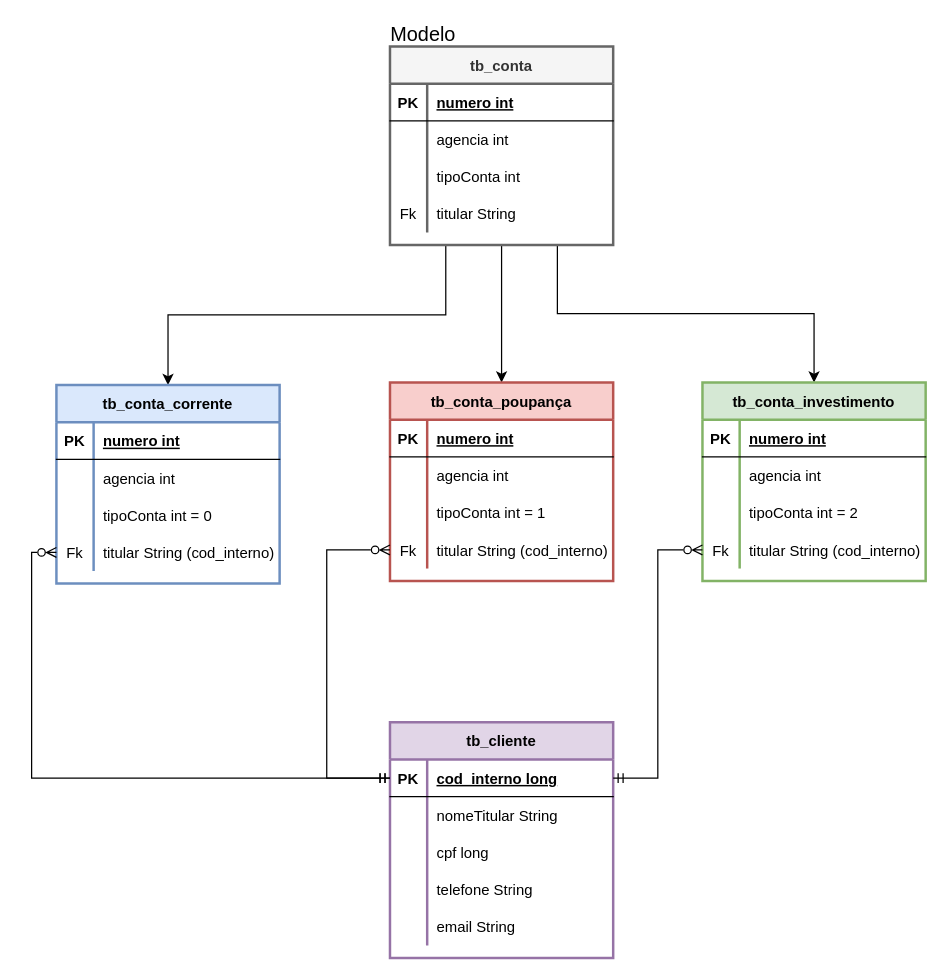
Before: Modelo do banco.drawio in enicacio/DesafioBackend_ItauTech, a draw.io diagram. Source tidied: cells renumbered, new cells numbered last; positions are measured from the earlier drawing's top-left corner, leaving out a move shared by most shapes. Both pictures are drawn from the tidied source at 124%, with x=0, y=0 at pixel (56, 21).
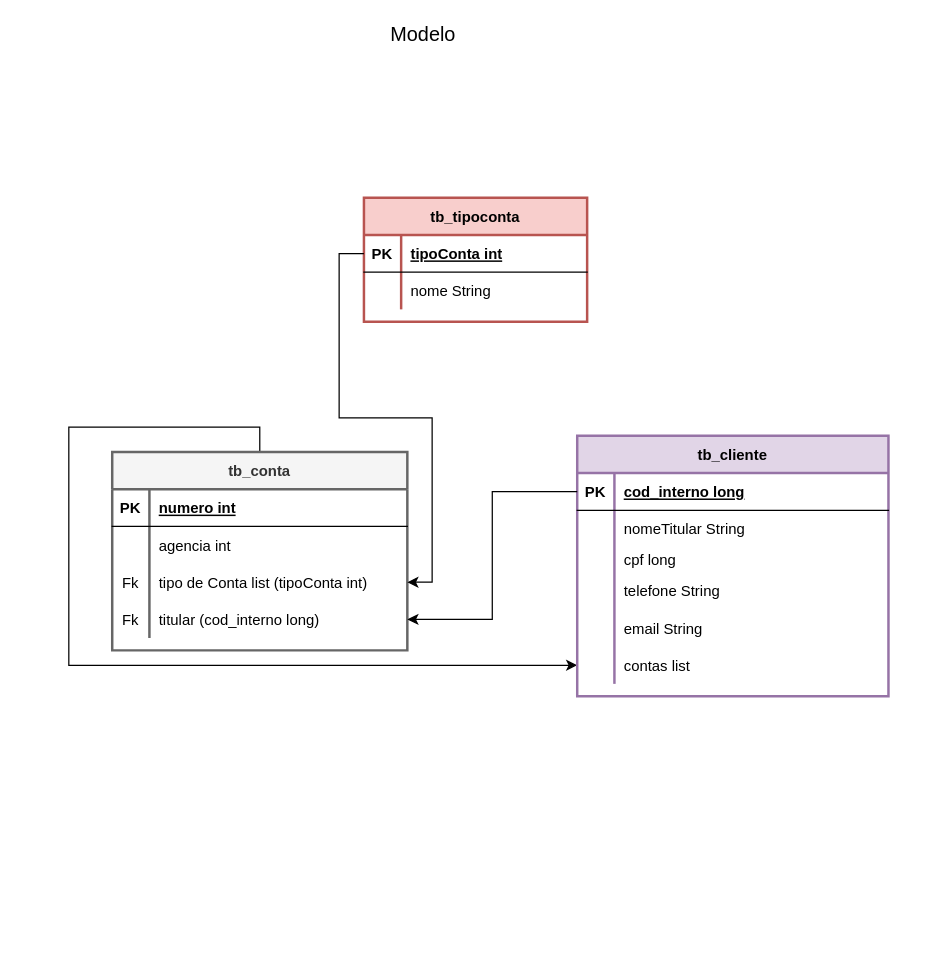
Above is the later version.

Unchanged cells that the change refers to:
```xml
<mxCell id="48" style="shape=partialRectangle;fillColor=none;top=0;left=0;bottom=1;right=0;points=[[0,0.5],[1,0.5]];portConstraint=eastwest;" parent="47" vertex="1">
  <mxGeometry y="30" width="180" height="30" as="geometry" />
</mxCell>
<mxCell id="51" style="shape=partialRectangle;fillColor=none;top=0;left=0;bottom=0;right=0;" parent="47" vertex="1">
  <mxGeometry y="60" width="180" height="30" as="geometry" />
</mxCell>
```

Change to the diagram source:
```diff
@@
-    <mxCell id="2" style="edgeStyle=orthogonalEdgeStyle;rounded=0;jettySize=auto;html=1;exitX=0.5;exitY=1;exitDx=0;exitDy=0;entryX=0.5;entryY=0;entryDx=0;entryDy=0;" parent="1" edge="1" source="5" target="47">
-      <mxGeometry relative="1" as="geometry" />
-    </mxCell>
-    <mxCell id="3" style="edgeStyle=orthogonalEdgeStyle;rounded=0;jettySize=auto;html=1;exitX=0.75;exitY=1;exitDx=0;exitDy=0;entryX=0.5;entryY=0;entryDx=0;entryDy=0;" parent="1" edge="1" source="5" target="60">
-      <mxGeometry relative="1" as="geometry" />
-    </mxCell>
-    <mxCell id="4" style="edgeStyle=orthogonalEdgeStyle;rounded=0;jettySize=auto;html=1;exitX=0.25;exitY=1;exitDx=0;exitDy=0;entryX=0.5;entryY=0;entryDx=0;entryDy=0;" parent="1" edge="1" source="5" target="34">
-      <mxGeometry relative="1" as="geometry" />
-    </mxCell>
+    <mxCell id="77" style="edgeStyle=orthogonalEdgeStyle;rounded=0;jettySize=auto;html=1;exitX=0.5;exitY=0;exitDx=0;exitDy=0;entryX=0;entryY=0.5;entryDx=0;entryDy=0;" parent="1" edge="1" source="5" target="78">
+      <mxGeometry relative="1" as="geometry">
+        <Array as="points">
+          <mxPoint x="164" y="327" />
+          <mxPoint x="10" y="327" />
+          <mxPoint x="10" y="519" />
+        </Array>
+      </mxGeometry>
+    </mxCell>
     <mxCell id="5" value="tb_conta" style="shape=table;startSize=30;childLayout=tableLayout;rowLines=0;fontStyle=1;align=center;fillColor=#f5f5f5;strokeColor=#666666;fontColor=#333333;strokeWidth=2;" parent="1" vertex="1">
-      <mxGeometry x="269" y="20" width="180" height="160" as="geometry" />
+      <mxGeometry x="45" y="347" width="238" height="160" as="geometry" />
     </mxCell>
     <mxCell id="6" style="shape=partialRectangle;fillColor=none;top=0;left=0;bottom=1;right=0;" parent="5" vertex="1">
-      <mxGeometry y="30" width="180" height="30" as="geometry" />
+      <mxGeometry y="30" width="238" height="30" as="geometry" />
     </mxCell>
@@
     <mxCell id="8" value="numero int" style="shape=partialRectangle;fillColor=none;top=0;left=0;bottom=0;right=0;align=left;spacingLeft=6;fontStyle=5;overflow=hidden;" parent="6" vertex="1">
-      <mxGeometry x="30" width="150" height="30" as="geometry" />
+      <mxGeometry x="30" width="208" height="30" as="geometry" />
     </mxCell>
     <mxCell id="9" style="shape=partialRectangle;fillColor=none;top=0;left=0;bottom=0;right=0;" parent="5" vertex="1">
-      <mxGeometry y="60" width="180" height="30" as="geometry" />
+      <mxGeometry y="60" width="238" height="30" as="geometry" />
     </mxCell>
@@
     <mxCell id="11" value="agencia int" style="shape=partialRectangle;fillColor=none;top=0;left=0;bottom=0;right=0;align=left;spacingLeft=6;overflow=hidden;" parent="9" vertex="1">
-      <mxGeometry x="30" width="150" height="30" as="geometry" />
+      <mxGeometry x="30" width="208" height="30" as="geometry" />
     </mxCell>
     <mxCell id="12" style="shape=partialRectangle;fillColor=none;top=0;left=0;bottom=0;right=0;points=[[0,0.5],[1,0.5]];portConstraint=eastwest;" parent="5" vertex="1">
-      <mxGeometry y="90" width="180" height="30" as="geometry" />
+      <mxGeometry y="90" width="238" height="30" as="geometry" />
     </mxCell>
-    <mxCell id="13" style="shape=partialRectangle;fillColor=none;top=0;left=0;bottom=0;right=0;overflow=hidden;" parent="12" vertex="1">
+    <mxCell id="13" value="Fk" style="shape=partialRectangle;fillColor=none;top=0;left=0;bottom=0;right=0;overflow=hidden;" parent="12" vertex="1">
       <mxGeometry width="30" height="30" as="geometry" />
     </mxCell>
-    <mxCell id="14" value="tipoConta int" style="shape=partialRectangle;fillColor=none;top=0;left=0;bottom=0;right=0;align=left;spacingLeft=6;overflow=hidden;" parent="12" vertex="1">
-      <mxGeometry x="30" width="150" height="30" as="geometry" />
+    <mxCell id="14" value="tipo de Conta list (tipoConta int)" style="shape=partialRectangle;fillColor=none;top=0;left=0;bottom=0;right=0;align=left;spacingLeft=6;overflow=hidden;" parent="12" vertex="1">
+      <mxGeometry x="30" width="208" height="30" as="geometry" />
     </mxCell>
     <mxCell id="15" style="shape=partialRectangle;fillColor=none;top=0;left=0;bottom=0;right=0;points=[[0,0.5],[1,0.5]];portConstraint=eastwest;" parent="5" vertex="1">
-      <mxGeometry y="120" width="180" height="30" as="geometry" />
+      <mxGeometry y="120" width="238" height="30" as="geometry" />
     </mxCell>
@@
-    <mxCell id="17" value="titular String" style="shape=partialRectangle;fillColor=none;top=0;left=0;bottom=0;right=0;align=left;spacingLeft=6;overflow=hidden;" parent="15" vertex="1">
-      <mxGeometry x="30" width="150" height="30" as="geometry" />
+    <mxCell id="17" value="titular (cod_interno long)" style="shape=partialRectangle;fillColor=none;top=0;left=0;bottom=0;right=0;align=left;spacingLeft=6;overflow=hidden;" parent="15" vertex="1">
+      <mxGeometry x="30" width="208" height="30" as="geometry" />
     </mxCell>
     <mxCell id="18" value="tb_cliente" style="shape=table;startSize=30;childLayout=tableLayout;rowLines=0;fontStyle=1;align=center;fillColor=#e1d5e7;strokeColor=#9673a6;strokeWidth=2;" parent="1" vertex="1">
-      <mxGeometry x="269" y="565" width="180" height="190" as="geometry" />
+      <mxGeometry x="420" y="334" width="251" height="210" as="geometry" />
     </mxCell>
     <mxCell id="19" style="shape=partialRectangle;fillColor=none;top=0;left=0;bottom=1;right=0;points=[[0,0.5],[1,0.5]];portConstraint=eastwest;" parent="18" vertex="1">
-      <mxGeometry y="30" width="180" height="30" as="geometry" />
+      <mxGeometry y="30" width="251" height="30" as="geometry" />
     </mxCell>
@@
     <mxCell id="21" value="cod_interno long" style="shape=partialRectangle;fillColor=none;top=0;left=0;bottom=0;right=0;align=left;spacingLeft=6;fontStyle=5;overflow=hidden;" parent="19" vertex="1">
-      <mxGeometry x="30" width="150" height="30" as="geometry" />
+      <mxGeometry x="30" width="221" height="30" as="geometry" />
     </mxCell>
     <mxCell id="22" style="shape=partialRectangle;fillColor=none;top=0;left=0;bottom=0;right=0;" parent="18" vertex="1">
-      <mxGeometry y="60" width="180" height="30" as="geometry" />
+      <mxGeometry y="60" width="251" height="30" as="geometry" />
     </mxCell>
@@
     <mxCell id="24" value="nomeTitular String" style="shape=partialRectangle;fillColor=none;top=0;left=0;bottom=0;right=0;align=left;spacingLeft=6;overflow=hidden;" parent="22" vertex="1">
-      <mxGeometry x="30" width="150" height="30" as="geometry" />
+      <mxGeometry x="30" width="221" height="30" as="geometry" />
     </mxCell>
     <mxCell id="25" style="shape=partialRectangle;fillColor=none;top=0;left=0;bottom=0;right=0;" parent="18" vertex="1">
-      <mxGeometry y="90" width="180" height="30" as="geometry" />
+      <mxGeometry y="90" width="251" height="20" as="geometry" />
     </mxCell>
     <mxCell id="26" style="shape=partialRectangle;fillColor=none;top=0;left=0;bottom=0;right=0;overflow=hidden;" parent="25" vertex="1">
-      <mxGeometry width="30" height="30" as="geometry" />
+      <mxGeometry width="30" height="20" as="geometry" />
     </mxCell>
     <mxCell id="27" value="cpf long" style="shape=partialRectangle;fillColor=none;top=0;left=0;bottom=0;right=0;align=left;spacingLeft=6;overflow=hidden;" parent="25" vertex="1">
-      <mxGeometry x="30" width="150" height="30" as="geometry" />
+      <mxGeometry x="30" width="221" height="20" as="geometry" />
     </mxCell>
     <mxCell id="28" style="shape=partialRectangle;fillColor=none;top=0;left=0;bottom=0;right=0;" parent="18" vertex="1">
-      <mxGeometry y="120" width="180" height="30" as="geometry" />
+      <mxGeometry y="110" width="251" height="30" as="geometry" />
     </mxCell>
@@
     <mxCell id="30" value="telefone String" style="shape=partialRectangle;fillColor=none;top=0;left=0;bottom=0;right=0;align=left;spacingLeft=6;overflow=hidden;" parent="28" vertex="1">
-      <mxGeometry x="30" width="150" height="30" as="geometry" />
+      <mxGeometry x="30" width="221" height="30" as="geometry" />
     </mxCell>
     <mxCell id="31" style="shape=partialRectangle;fillColor=none;top=0;left=0;bottom=0;right=0;" parent="18" vertex="1">
-      <mxGeometry y="150" width="180" height="30" as="geometry" />
+      <mxGeometry y="140" width="251" height="30" as="geometry" />
     </mxCell>
@@
     <mxCell id="33" value="email String" style="shape=partialRectangle;fillColor=none;top=0;left=0;bottom=0;right=0;align=left;spacingLeft=6;overflow=hidden;" parent="31" vertex="1">
-      <mxGeometry x="30" width="150" height="30" as="geometry" />
+      <mxGeometry x="30" width="221" height="30" as="geometry" />
     </mxCell>
-    <mxCell id="34" value="tb_conta_corrente" style="shape=table;startSize=30;childLayout=tableLayout;rowLines=0;fontStyle=1;align=center;fillColor=#dae8fc;strokeColor=#6c8ebf;strokeWidth=2;" parent="1" vertex="1">
-      <mxGeometry y="293" width="180" height="160" as="geometry" />
-    </mxCell>
-    <mxCell id="35" style="shape=partialRectangle;fillColor=none;top=0;left=0;bottom=1;right=0;" parent="34" vertex="1">
-      <mxGeometry y="30" width="180" height="30" as="geometry" />
-    </mxCell>
-    <mxCell id="36" value="PK" style="shape=partialRectangle;fillColor=none;top=0;left=0;bottom=0;right=0;fontStyle=1;overflow=hidden;" parent="35" vertex="1">
-      <mxGeometry width="30" height="30" as="geometry" />
-    </mxCell>
-    <mxCell id="37" value="numero int" style="shape=partialRectangle;fillColor=none;top=0;left=0;bottom=0;right=0;align=left;spacingLeft=6;fontStyle=5;overflow=hidden;" parent="35" vertex="1">
-      <mxGeometry x="30" width="150" height="30" as="geometry" />
-    </mxCell>
-    <mxCell id="38" style="shape=partialRectangle;fillColor=none;top=0;left=0;bottom=0;right=0;" parent="34" vertex="1">
-      <mxGeometry y="60" width="180" height="30" as="geometry" />
-    </mxCell>
-    <mxCell id="39" style="shape=partialRectangle;fillColor=none;top=0;left=0;bottom=0;right=0;overflow=hidden;" parent="38" vertex="1">
-      <mxGeometry width="30" height="30" as="geometry" />
-    </mxCell>
-    <mxCell id="40" value="agencia int" style="shape=partialRectangle;fillColor=none;top=0;left=0;bottom=0;right=0;align=left;spacingLeft=6;overflow=hidden;" parent="38" vertex="1">
-      <mxGeometry x="30" width="150" height="30" as="geometry" />
-    </mxCell>
-    <mxCell id="41" style="shape=partialRectangle;fillColor=none;top=0;left=0;bottom=0;right=0;" parent="34" vertex="1">
-      <mxGeometry y="90" width="180" height="30" as="geometry" />
-    </mxCell>
-    <mxCell id="42" style="shape=partialRectangle;fillColor=none;top=0;left=0;bottom=0;right=0;overflow=hidden;" parent="41" vertex="1">
-      <mxGeometry width="30" height="30" as="geometry" />
-    </mxCell>
-    <mxCell id="43" value="tipoConta int = 0" style="shape=partialRectangle;fillColor=none;top=0;left=0;bottom=0;right=0;align=left;spacingLeft=6;overflow=hidden;" parent="41" vertex="1">
-      <mxGeometry x="30" width="150" height="30" as="geometry" />
-    </mxCell>
-    <mxCell id="44" style="shape=partialRectangle;fillColor=none;top=0;left=0;bottom=0;right=0;points=[[0,0.5],[1,0.5]];portConstraint=eastwest;" parent="34" vertex="1">
-      <mxGeometry y="120" width="180" height="30" as="geometry" />
-    </mxCell>
-    <mxCell id="45" value="Fk" style="shape=partialRectangle;fillColor=none;top=0;left=0;bottom=0;right=0;overflow=hidden;" parent="44" vertex="1">
-      <mxGeometry width="30" height="30" as="geometry" />
-    </mxCell>
-    <mxCell id="46" value="titular String (cod_interno)" style="shape=partialRectangle;fillColor=none;top=0;left=0;bottom=0;right=0;align=left;spacingLeft=6;overflow=hidden;" parent="44" vertex="1">
-      <mxGeometry x="30" width="150" height="30" as="geometry" />
-    </mxCell>
+    <mxCell id="78" style="shape=partialRectangle;fillColor=none;top=0;left=0;bottom=0;right=0;points=[[0,0.5],[1,0.5]];portConstraint=eastwest;" parent="18" vertex="1">
+      <mxGeometry y="170" width="251" height="30" as="geometry" />
+    </mxCell>
+    <mxCell id="79" style="shape=partialRectangle;fillColor=none;top=0;left=0;bottom=0;right=0;overflow=hidden;" parent="78" vertex="1">
+      <mxGeometry width="30" height="30" as="geometry" />
+    </mxCell>
+    <mxCell id="80" value="contas list " style="shape=partialRectangle;fillColor=none;top=0;left=0;bottom=0;right=0;align=left;spacingLeft=6;overflow=hidden;" parent="78" vertex="1">
+      <mxGeometry x="30" width="221" height="30" as="geometry" />
+    </mxCell>
-    <mxCell id="47" value="tb_conta_poupança" style="shape=table;startSize=30;childLayout=tableLayout;rowLines=0;fontStyle=1;align=center;fillColor=#f8cecc;strokeColor=#b85450;strokeWidth=2;" parent="1" vertex="1">
-      <mxGeometry x="269" y="291" width="180" height="160" as="geometry" />
+    <mxCell id="47" value="tb_tipoconta" style="shape=table;startSize=30;childLayout=tableLayout;rowLines=0;fontStyle=1;align=center;fillColor=#f8cecc;strokeColor=#b85450;strokeWidth=2;" parent="1" vertex="1">
+      <mxGeometry x="248" y="142" width="180" height="100" as="geometry" />
     </mxCell>
@@
-    <mxCell id="50" value="numero int" style="shape=partialRectangle;fillColor=none;top=0;left=0;bottom=0;right=0;align=left;spacingLeft=6;fontStyle=5;overflow=hidden;" parent="48" vertex="1">
+    <mxCell id="50" value="tipoConta int" style="shape=partialRectangle;fillColor=none;top=0;left=0;bottom=0;right=0;align=left;spacingLeft=6;fontStyle=5;overflow=hidden;" parent="48" vertex="1">
       <mxGeometry x="30" width="150" height="30" as="geometry" />
     </mxCell>
@@
-    <mxCell id="53" value="agencia int" style="shape=partialRectangle;fillColor=none;top=0;left=0;bottom=0;right=0;align=left;spacingLeft=6;overflow=hidden;" parent="51" vertex="1">
+    <mxCell id="53" value="nome String" style="shape=partialRectangle;fillColor=none;top=0;left=0;bottom=0;right=0;align=left;spacingLeft=6;overflow=hidden;" parent="51" vertex="1">
       <mxGeometry x="30" width="150" height="30" as="geometry" />
     </mxCell>
-    <mxCell id="54" style="shape=partialRectangle;fillColor=none;top=0;left=0;bottom=0;right=0;" parent="47" vertex="1">
-      <mxGeometry y="90" width="180" height="30" as="geometry" />
-    </mxCell>
-    <mxCell id="55" style="shape=partialRectangle;fillColor=none;top=0;left=0;bottom=0;right=0;overflow=hidden;" parent="54" vertex="1">
-      <mxGeometry width="30" height="30" as="geometry" />
-    </mxCell>
-    <mxCell id="56" value="tipoConta int = 1" style="shape=partialRectangle;fillColor=none;top=0;left=0;bottom=0;right=0;align=left;spacingLeft=6;overflow=hidden;" parent="54" vertex="1">
-      <mxGeometry x="30" width="150" height="30" as="geometry" />
-    </mxCell>
-    <mxCell id="57" style="shape=partialRectangle;fillColor=none;top=0;left=0;bottom=0;right=0;points=[[0,0.5],[1,0.5]];portConstraint=eastwest;" parent="47" vertex="1">
-      <mxGeometry y="120" width="180" height="30" as="geometry" />
-    </mxCell>
-    <mxCell id="58" value="Fk" style="shape=partialRectangle;fillColor=none;top=0;left=0;bottom=0;right=0;overflow=hidden;" parent="57" vertex="1">
-      <mxGeometry width="30" height="30" as="geometry" />
-    </mxCell>
-    <mxCell id="59" value="titular String (cod_interno)" style="shape=partialRectangle;fillColor=none;top=0;left=0;bottom=0;right=0;align=left;spacingLeft=6;overflow=hidden;" parent="57" vertex="1">
-      <mxGeometry x="30" width="150" height="30" as="geometry" />
-    </mxCell>
-    <mxCell id="60" value="tb_conta_investimento" style="shape=table;startSize=30;childLayout=tableLayout;rowLines=0;fontStyle=1;align=center;fillColor=#d5e8d4;strokeColor=#82b366;strokeWidth=2;" parent="1" vertex="1">
-      <mxGeometry x="521" y="291" width="180" height="160" as="geometry" />
-    </mxCell>
-    <mxCell id="61" style="shape=partialRectangle;fillColor=none;top=0;left=0;bottom=1;right=0;" parent="60" vertex="1">
-      <mxGeometry y="30" width="180" height="30" as="geometry" />
-    </mxCell>
-    <mxCell id="62" value="PK" style="shape=partialRectangle;fillColor=none;top=0;left=0;bottom=0;right=0;fontStyle=1;overflow=hidden;" parent="61" vertex="1">
-      <mxGeometry width="30" height="30" as="geometry" />
-    </mxCell>
-    <mxCell id="63" value="numero int" style="shape=partialRectangle;fillColor=none;top=0;left=0;bottom=0;right=0;align=left;spacingLeft=6;fontStyle=5;overflow=hidden;" parent="61" vertex="1">
-      <mxGeometry x="30" width="150" height="30" as="geometry" />
-    </mxCell>
-    <mxCell id="64" style="shape=partialRectangle;fillColor=none;top=0;left=0;bottom=0;right=0;" parent="60" vertex="1">
-      <mxGeometry y="60" width="180" height="30" as="geometry" />
-    </mxCell>
-    <mxCell id="65" style="shape=partialRectangle;fillColor=none;top=0;left=0;bottom=0;right=0;overflow=hidden;" parent="64" vertex="1">
-      <mxGeometry width="30" height="30" as="geometry" />
-    </mxCell>
-    <mxCell id="66" value="agencia int" style="shape=partialRectangle;fillColor=none;top=0;left=0;bottom=0;right=0;align=left;spacingLeft=6;overflow=hidden;" parent="64" vertex="1">
-      <mxGeometry x="30" width="150" height="30" as="geometry" />
-    </mxCell>
-    <mxCell id="67" style="shape=partialRectangle;fillColor=none;top=0;left=0;bottom=0;right=0;" parent="60" vertex="1">
-      <mxGeometry y="90" width="180" height="30" as="geometry" />
-    </mxCell>
-    <mxCell id="68" style="shape=partialRectangle;fillColor=none;top=0;left=0;bottom=0;right=0;overflow=hidden;" parent="67" vertex="1">
-      <mxGeometry width="30" height="30" as="geometry" />
-    </mxCell>
-    <mxCell id="69" value="tipoConta int = 2" style="shape=partialRectangle;fillColor=none;top=0;left=0;bottom=0;right=0;align=left;spacingLeft=6;overflow=hidden;" parent="67" vertex="1">
-      <mxGeometry x="30" width="150" height="30" as="geometry" />
-    </mxCell>
-    <mxCell id="70" style="shape=partialRectangle;fillColor=none;top=0;left=0;bottom=0;right=0;points=[[0,0.5],[1,0.5]];portConstraint=eastwest;" parent="60" vertex="1">
-      <mxGeometry y="120" width="180" height="30" as="geometry" />
-    </mxCell>
-    <mxCell id="71" value="Fk" style="shape=partialRectangle;fillColor=none;top=0;left=0;bottom=0;right=0;overflow=hidden;" parent="70" vertex="1">
-      <mxGeometry width="30" height="30" as="geometry" />
-    </mxCell>
-    <mxCell id="72" value="titular String (cod_interno)" style="shape=partialRectangle;fillColor=none;top=0;left=0;bottom=0;right=0;align=left;spacingLeft=6;overflow=hidden;" parent="70" vertex="1">
-      <mxGeometry x="30" width="150" height="30" as="geometry" />
-    </mxCell>
@@
-    <mxCell id="74" style="edgeStyle=orthogonalEdgeStyle;rounded=0;jettySize=auto;html=1;exitX=0;exitY=0.5;exitDx=0;exitDy=0;entryX=0;entryY=0.5;entryDx=0;entryDy=0;fontSize=16;endArrow=ERzeroToMany;endFill=0;startArrow=ERmandOne;startFill=0;" parent="1" edge="1" source="19" target="44">
-      <mxGeometry relative="1" as="geometry" />
-    </mxCell>
-    <mxCell id="75" style="edgeStyle=orthogonalEdgeStyle;rounded=0;jettySize=auto;html=1;exitX=0;exitY=0.5;exitDx=0;exitDy=0;entryX=0;entryY=0.5;entryDx=0;entryDy=0;fontSize=16;startArrow=ERmandOne;startFill=0;endArrow=ERzeroToMany;endFill=0;" parent="1" edge="1" source="19" target="57">
+    <mxCell id="75" style="edgeStyle=orthogonalEdgeStyle;rounded=0;jettySize=auto;html=1;exitX=0;exitY=0.5;exitDx=0;exitDy=0;entryX=0;entryY=0.5;entryDx=0;entryDy=0;fontSize=16;startArrow=ERmandOne;startFill=0;endArrow=ERzeroToMany;endFill=0;" parent="1" edge="1" source="19">
       <mxGeometry relative="1" as="geometry">
         <Array as="points">
           <mxPoint x="218" y="610" />
           <mxPoint x="218" y="426" />
         </Array>
       </mxGeometry>
     </mxCell>
-    <mxCell id="76" style="edgeStyle=orthogonalEdgeStyle;rounded=0;jettySize=auto;html=1;exitX=1;exitY=0.5;exitDx=0;exitDy=0;entryX=0;entryY=0.5;entryDx=0;entryDy=0;fontSize=16;startArrow=ERmandOne;startFill=0;endArrow=ERzeroToMany;endFill=0;" parent="1" edge="1" source="19" target="70">
-      <mxGeometry relative="1" as="geometry" />
-    </mxCell>
+    <mxCell id="81" style="edgeStyle=orthogonalEdgeStyle;rounded=0;jettySize=auto;html=1;exitX=0;exitY=0.5;exitDx=0;exitDy=0;entryX=1;entryY=0.5;entryDx=0;entryDy=0;" parent="1" edge="1" source="19" target="15">
+      <mxGeometry relative="1" as="geometry" />
+    </mxCell>
+    <mxCell id="82" style="edgeStyle=orthogonalEdgeStyle;rounded=0;jettySize=auto;html=1;exitX=0;exitY=0.5;exitDx=0;exitDy=0;startArrow=none;startFill=0;endArrow=classic;endFill=1;" parent="1" edge="1" source="48" target="12">
+      <mxGeometry relative="1" as="geometry" />
+    </mxCell>
```
